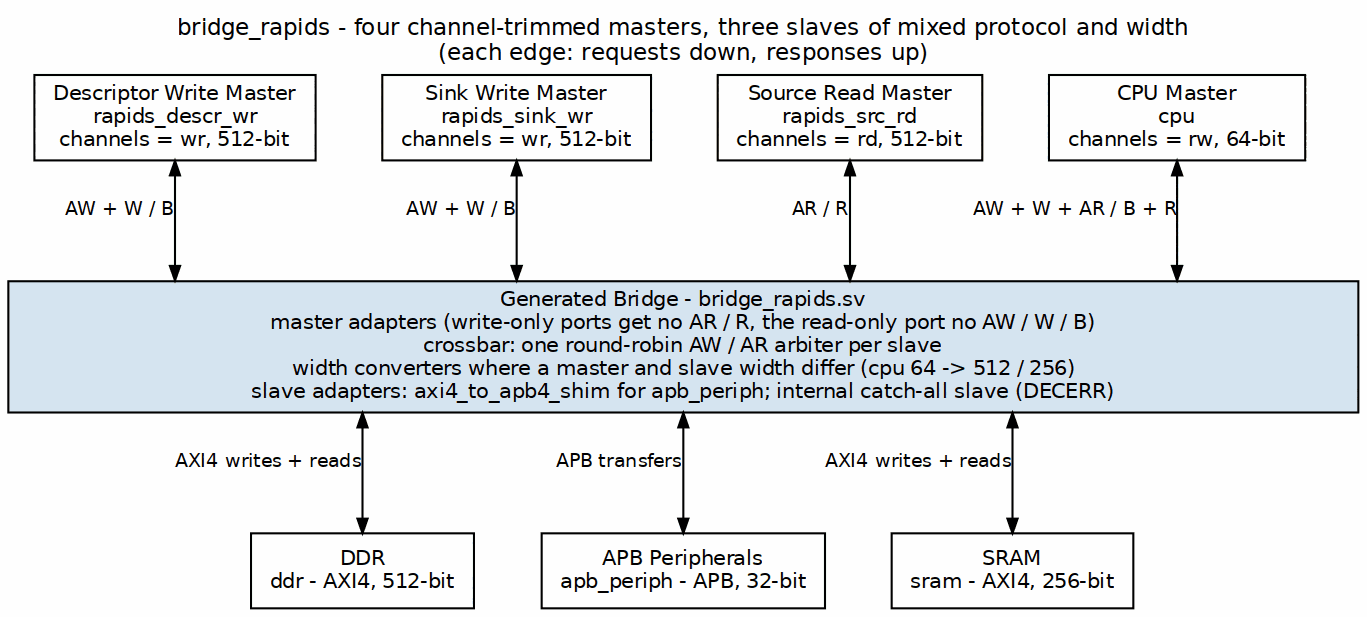
The Graphviz diagram projects/components/fabric-gen-ip/bridge/docs/bridge_has/assets/graphviz/rapids_system_topology.png in sean-galloway/RTLDesignSherpa, before a commit. Its source is kept beside it as projects/components/fabric-gen-ip/bridge/docs/bridge_has/assets/graphviz/rapids_system_topology.dot.
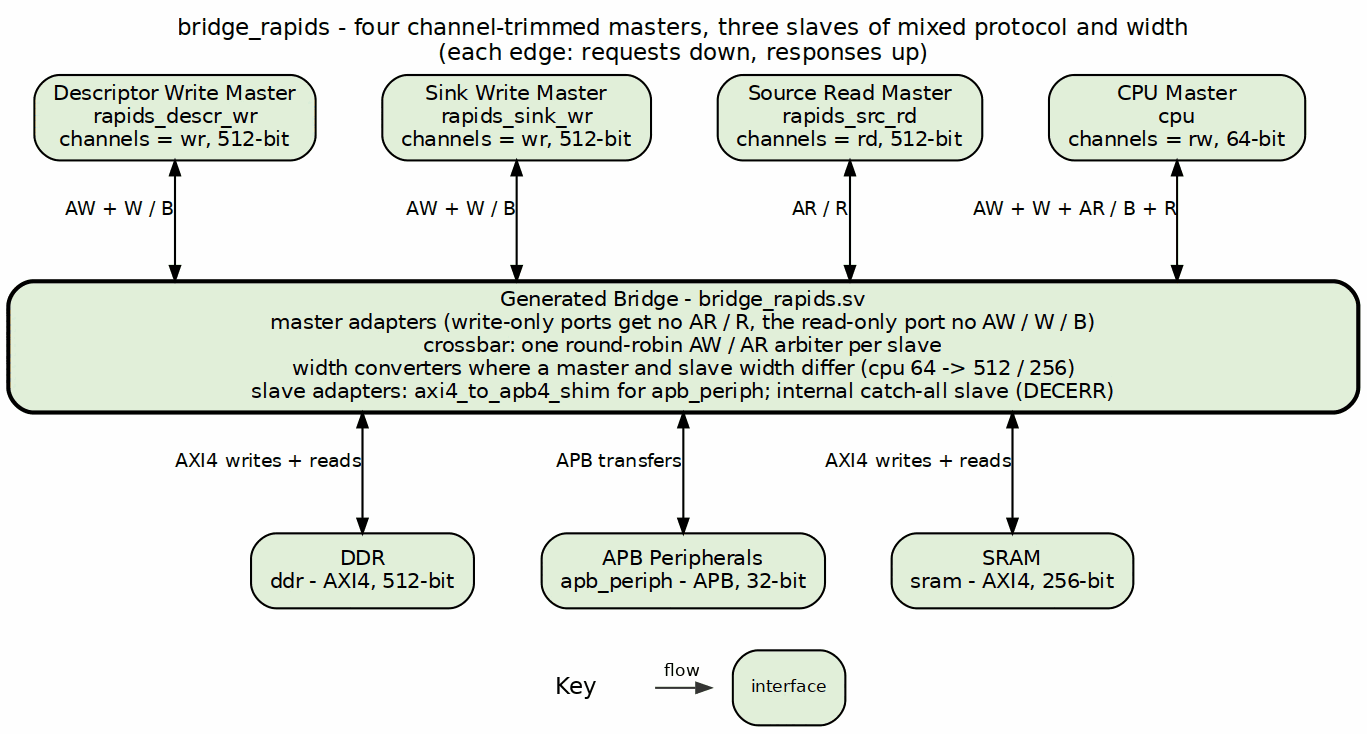
Later version of the same file.

The edit, as a diff of the source:
```diff
@@ -3,22 +3,22 @@
            nodesep="0.45", ranksep="0.80", splines=ortho, labelloc=t,
            label="bridge_rapids - four channel-trimmed masters, three slaves of mixed protocol and width\n(each edge: requests down, responses up)"];
     node  [fontname="Helvetica", fontsize=10, shape=box, style=filled,
-           fillcolor="#D6E4F0", color="black", margin="0.12,0.06"];
+           fillcolor="white", color="black", margin="0.12,0.06"];
     edge  [fontname="Helvetica", fontsize=9, color="black", arrowsize=0.7, dir=both];
 
-    descr [label="Descriptor Write Master\nrapids_descr_wr\nchannels = wr, 512-bit", fillcolor="white"];
-    sink  [label="Sink Write Master\nrapids_sink_wr\nchannels = wr, 512-bit", fillcolor="white"];
-    src   [label="Source Read Master\nrapids_src_rd\nchannels = rd, 512-bit", fillcolor="white"];
-    cpu   [label="CPU Master\ncpu\nchannels = rw, 64-bit", fillcolor="white"];
+    descr [label="Descriptor Write Master\nrapids_descr_wr\nchannels = wr, 512-bit", fillcolor="white", style="rounded,filled", fillcolor="#E2EFDA"];
+    sink  [label="Sink Write Master\nrapids_sink_wr\nchannels = wr, 512-bit", fillcolor="white", style="rounded,filled", fillcolor="#E2EFDA"];
+    src   [label="Source Read Master\nrapids_src_rd\nchannels = rd, 512-bit", fillcolor="white", style="rounded,filled", fillcolor="#E2EFDA"];
+    cpu   [label="CPU Master\ncpu\nchannels = rw, 64-bit", fillcolor="white", style="rounded,filled", fillcolor="#E2EFDA"];
     { rank=same; descr; sink; src; cpu; }
     descr -> sink -> src -> cpu [style=invis, dir=none];
 
     br [label="Generated Bridge - bridge_rapids.sv\nmaster adapters (write-only ports get no AR / R, the read-only port no AW / W / B)\ncrossbar: one round-robin AW / AR arbiter per slave\nwidth converters where a master and slave width differ (cpu 64 -> 512 / 256)\nslave adapters: axi4_to_apb4_shim for apb_periph; internal catch-all slave (DECERR)",
-        width=9];
+        width=9, style="rounded,filled,bold", fillcolor="#E2EFDA"];
 
-    ddr   [label="DDR\nddr - AXI4, 512-bit", fillcolor="white"];
-    apb   [label="APB Peripherals\napb_periph - APB, 32-bit", fillcolor="white"];
-    sram  [label="SRAM\nsram - AXI4, 256-bit", fillcolor="white"];
+    ddr   [label="DDR\nddr - AXI4, 512-bit", fillcolor="white", style="rounded,filled", fillcolor="#E2EFDA"];
+    apb   [label="APB Peripherals\napb_periph - APB, 32-bit", fillcolor="white", style="rounded,filled", fillcolor="#E2EFDA"];
+    sram  [label="SRAM\nsram - AXI4, 256-bit", fillcolor="white", style="rounded,filled", fillcolor="#E2EFDA"];
     { rank=same; ddr; apb; sram; }
     ddr -> apb -> sram [style=invis, dir=none];
 
```
